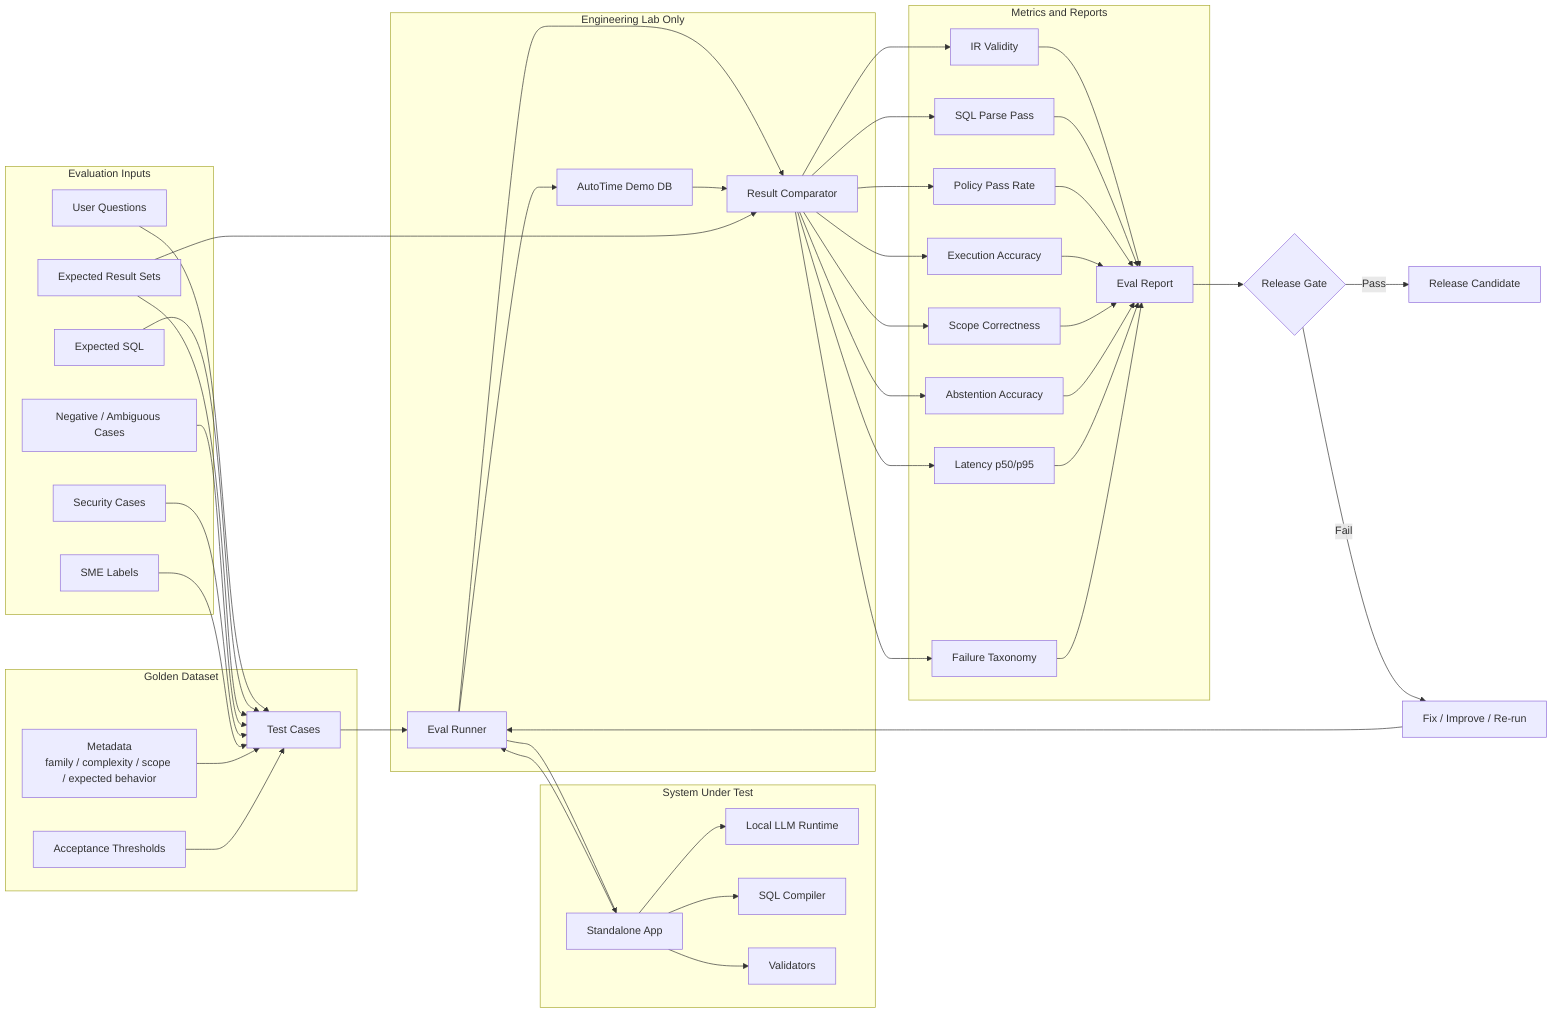
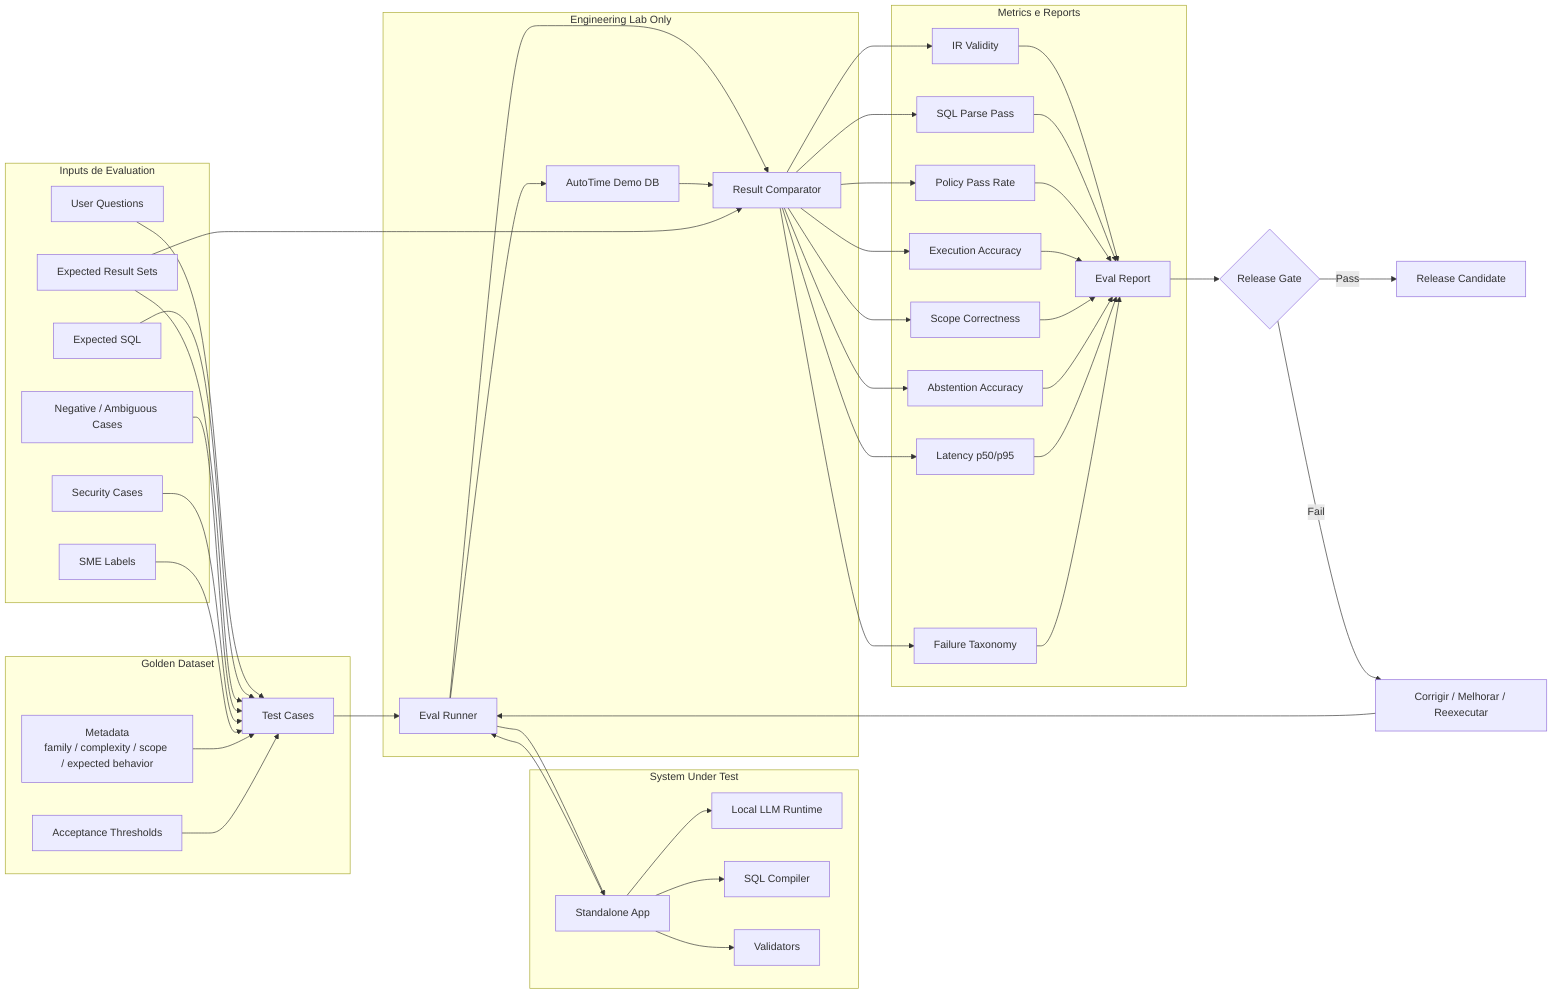
flowchart LR
-     subgraph INPUTS["Evaluation Inputs"]
+     subgraph INPUTS["Inputs de Evaluation"]
        Q[User Questions]
        EXPECTED_SQL[Expected SQL]
        EXPECTED_RESULT[Expected Result Sets]
        NEG[Negative / Ambiguous Cases]
        SEC[Security Cases]
        SME[SME Labels]
    end

    subgraph GOLD["Golden Dataset"]
        CASES[Test Cases]
        META[Metadata<br/>family / complexity / scope / expected behavior]
        THRESH[Acceptance Thresholds]
    end

    subgraph SUT["System Under Test"]
        APP[Standalone App]
        LLM[Local LLM Runtime]
        COMP[SQL Compiler]
        VAL[Validators]
    end

    subgraph LAB["Engineering Lab Only"]
        DEMODB[AutoTime Demo DB]
        RUNNER[Eval Runner]
        COMPARE[Result Comparator]
    end

-     subgraph METRICS["Metrics and Reports"]
+     subgraph METRICS["Metrics e Reports"]
        IR_ACC[IR Validity]
        SQL_PARSE[SQL Parse Pass]
        POLICY[Policy Pass Rate]
        EXEC_ACC[Execution Accuracy]
        SCOPE_ACC[Scope Correctness]
        ABSTAIN[Abstention Accuracy]
        LAT[Latency p50/p95]
        FAIL[Failure Taxonomy]
        REPORT[Eval Report]
    end

    Q --> CASES
    EXPECTED_SQL --> CASES
    EXPECTED_RESULT --> CASES
    NEG --> CASES
    SEC --> CASES
    SME --> CASES
    META --> CASES
    THRESH --> CASES

    CASES --> RUNNER
    RUNNER --> APP
    APP --> LLM
    APP --> COMP
    APP --> VAL
    APP --> RUNNER

    RUNNER --> DEMODB
    RUNNER --> COMPARE
    DEMODB --> COMPARE
    EXPECTED_RESULT --> COMPARE

    COMPARE --> IR_ACC
    COMPARE --> SQL_PARSE
    COMPARE --> POLICY
    COMPARE --> EXEC_ACC
    COMPARE --> SCOPE_ACC
    COMPARE --> ABSTAIN
    COMPARE --> LAT
    COMPARE --> FAIL

    IR_ACC --> REPORT
    SQL_PARSE --> REPORT
    POLICY --> REPORT
    EXEC_ACC --> REPORT
    SCOPE_ACC --> REPORT
    ABSTAIN --> REPORT
    LAT --> REPORT
    FAIL --> REPORT

    REPORT --> GATE{Release Gate}
    GATE -->|Pass| RC[Release Candidate]
-     GATE -->|Fail| FIX[Fix / Improve / Re-run]
+     GATE -->|Fail| FIX[Corrigir / Melhorar / Reexecutar]
    FIX --> RUNNER
